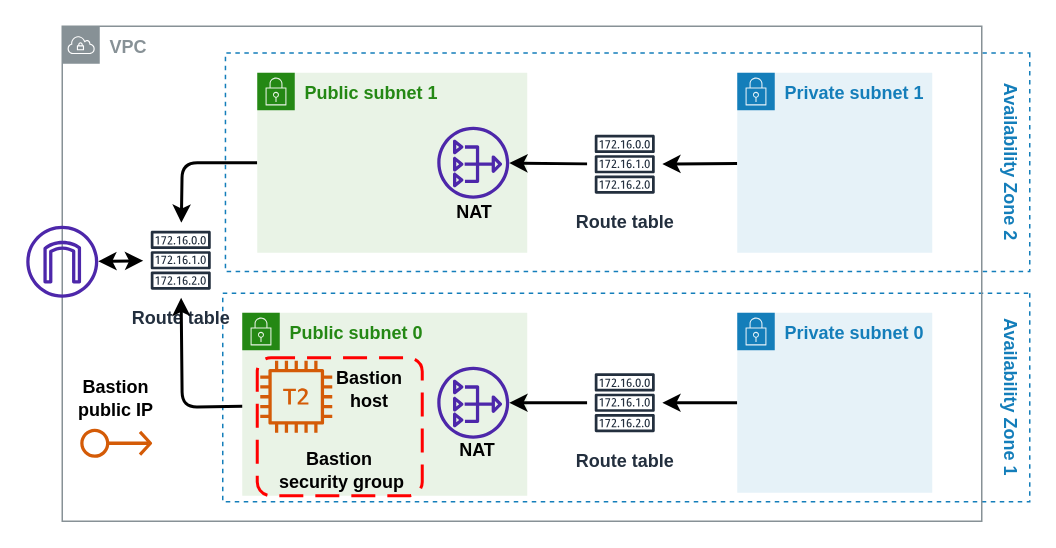
dmytro108/itsynd keeps this draw.io diagram as aws_base_infrastructure/docs/infra.drawio. Above is the earlier version. Source tidied: cells renumbered, new cells numbered last; positions are measured from the earlier drawing's top-left corner, leaving out a move shared by most shapes. Both pictures are drawn from the tidied source at 150%, with x=0, y=0 at pixel (26, -240).
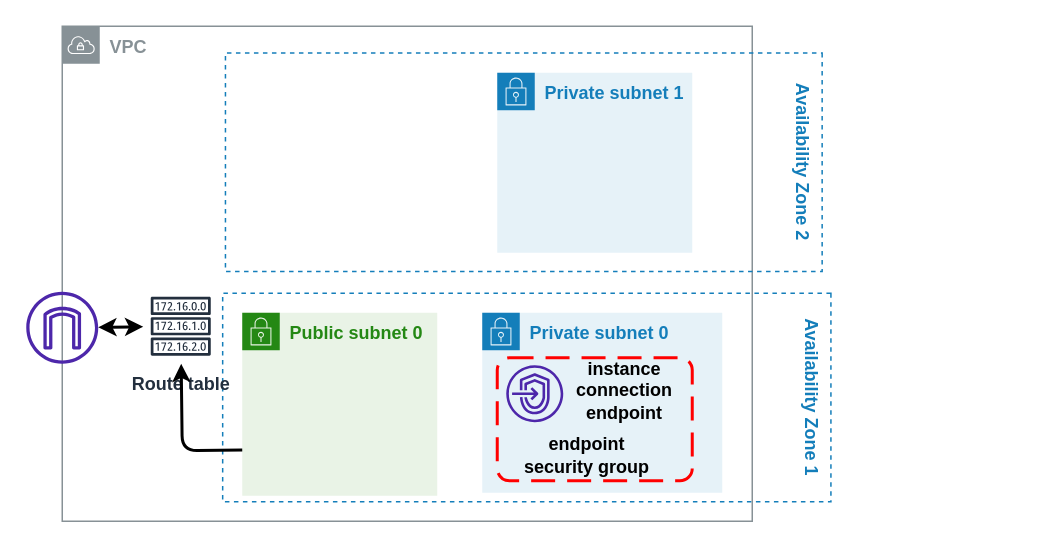
Above is the later version.

Commit message (it also covers changes not shown here):
Replace Bastion host with Instance connection endpoint

Diff of the diagram source:
```diff
@@
     <mxCell id="2" value="Availability Zone 1" style="fillColor=none;strokeColor=#147EBA;dashed=1;verticalAlign=top;fontStyle=1;fontColor=#147EBA;rotation=90;" parent="1" vertex="1">
-      <mxGeometry x="330.5" y="155.5" width="139" height="538" as="geometry" />
+      <mxGeometry x="264.2" y="221.8" width="139" height="405.5" as="geometry" />
     </mxCell>
+    <mxCell id="4" value="VPC" style="sketch=0;gradientColor=none;html=1;whiteSpace=wrap;fontSize=12;fontStyle=1;shape=mxgraph.aws4.group;grIcon=mxgraph.aws4.group_vpc;strokeColor=#879196;fillColor=none;verticalAlign=top;align=left;spacingLeft=30;fontColor=#879196;dashed=0;" parent="1" vertex="1">
+      <mxGeometry x="24" y="177" width="460" height="330" as="geometry" />
+    </mxCell>
+    <mxCell id="14" value="Private subnet 0" style="points=[[0,0],[0.25,0],[0.5,0],[0.75,0],[1,0],[1,0.25],[1,0.5],[1,0.75],[1,1],[0.75,1],[0.5,1],[0.25,1],[0,1],[0,0.75],[0,0.5],[0,0.25]];outlineConnect=0;gradientColor=none;html=1;whiteSpace=wrap;fontSize=12;fontStyle=1;shape=mxgraph.aws4.group;grIcon=mxgraph.aws4.group_security_group;grStroke=0;strokeColor=#147EBA;fillColor=#E6F2F8;verticalAlign=top;align=left;spacingLeft=30;fontColor=#147EBA;dashed=0;" parent="1" vertex="1">
+      <mxGeometry x="304" y="368" width="160" height="120" as="geometry" />
+    </mxCell>
     <mxCell id="3" value="Availability Zone 2" style="fillColor=none;strokeColor=#147EBA;dashed=1;verticalAlign=top;fontStyle=1;fontColor=#147EBA;rotation=90;" parent="1" vertex="1">
-      <mxGeometry x="328.1" y="-0.4" width="145.6" height="536.2" as="geometry" />
+      <mxGeometry x="258.9" y="68.8" width="145.6" height="397.8" as="geometry" />
     </mxCell>
-    <mxCell id="4" value="VPC" style="sketch=0;gradientColor=none;html=1;whiteSpace=wrap;fontSize=12;fontStyle=1;shape=mxgraph.aws4.group;grIcon=mxgraph.aws4.group_vpc;strokeColor=#879196;fillColor=none;verticalAlign=top;align=left;spacingLeft=30;fontColor=#879196;dashed=0;" parent="1" vertex="1">
-      <mxGeometry x="24" y="177" width="613" height="330" as="geometry" />
-    </mxCell>
     <mxCell id="5" style="sketch=0;outlineConnect=0;fontColor=#232F3E;gradientColor=none;fillColor=#4D27AA;strokeColor=none;dashed=0;verticalLabelPosition=bottom;verticalAlign=top;align=center;html=1;fontSize=12;fontStyle=1;shape=mxgraph.aws4.internet_gateway;" parent="1" vertex="1">
-      <mxGeometry y="310" width="48" height="48" as="geometry" />
+      <mxGeometry y="354" width="48" height="48" as="geometry" />
     </mxCell>
     <mxCell id="6" value="Public subnet 0" style="points=[[0,0],[0.25,0],[0.5,0],[0.75,0],[1,0],[1,0.25],[1,0.5],[1,0.75],[1,1],[0.75,1],[0.5,1],[0.25,1],[0,1],[0,0.75],[0,0.5],[0,0.25]];outlineConnect=0;gradientColor=none;html=1;whiteSpace=wrap;fontSize=12;fontStyle=1;shape=mxgraph.aws4.group;grIcon=mxgraph.aws4.group_security_group;grStroke=0;strokeColor=#248814;fillColor=#E9F3E6;verticalAlign=top;align=left;spacingLeft=30;fontColor=#248814;dashed=0;" parent="1" vertex="1">
-      <mxGeometry x="144" y="368" width="190" height="122" as="geometry" />
+      <mxGeometry x="144" y="368" width="130" height="122" as="geometry" />
     </mxCell>
-    <mxCell id="7" style="sketch=0;outlineConnect=0;fontColor=#232F3E;gradientColor=none;fillColor=#4D27AA;strokeColor=none;dashed=0;verticalLabelPosition=bottom;verticalAlign=top;align=center;html=1;fontSize=12;fontStyle=1;shape=mxgraph.aws4.nat_gateway;" parent="6" vertex="1">
-      <mxGeometry x="130" y="36" width="48" height="48" as="geometry" />
-    </mxCell>
-    <mxCell id="8" style="rounded=1;arcSize=10;dashed=1;strokeColor=#ff0000;fillColor=none;gradientColor=none;dashPattern=8 4;strokeWidth=2;fontStyle=1;" parent="6" vertex="1">
-      <mxGeometry x="10" y="30" width="110" height="92" as="geometry" />
-    </mxCell>
-    <mxCell id="9" style="sketch=0;fontColor=#232F3E;gradientColor=none;fillColor=#D45B07;strokeColor=none;dashed=0;verticalLabelPosition=bottom;verticalAlign=top;align=center;html=1;fontSize=12;fontStyle=1;shape=mxgraph.aws4.t2_instance;" parent="6" vertex="1">
-      <mxGeometry x="12" y="32" width="48" height="48" as="geometry" />
-    </mxCell>
-    <mxCell id="10" style="edgeStyle=none;html=1;strokeWidth=2;fontStyle=1;" parent="1" edge="1" source="11" target="21">
-      <mxGeometry relative="1" as="geometry">
-        <Array as="points">
-          <mxPoint x="104" y="268" />
-        </Array>
-      </mxGeometry>
-    </mxCell>
-    <mxCell id="11" value="Public subnet 1" style="points=[[0,0],[0.25,0],[0.5,0],[0.75,0],[1,0],[1,0.25],[1,0.5],[1,0.75],[1,1],[0.75,1],[0.5,1],[0.25,1],[0,1],[0,0.75],[0,0.5],[0,0.25]];outlineConnect=0;gradientColor=none;html=1;whiteSpace=wrap;fontSize=12;fontStyle=1;shape=mxgraph.aws4.group;grIcon=mxgraph.aws4.group_security_group;grStroke=0;strokeColor=#248814;fillColor=#E9F3E6;verticalAlign=top;align=left;spacingLeft=30;fontColor=#248814;dashed=0;" parent="1" vertex="1">
-      <mxGeometry x="154" y="208" width="180" height="120" as="geometry" />
-    </mxCell>
-    <mxCell id="12" style="sketch=0;outlineConnect=0;fontColor=#232F3E;gradientColor=none;fillColor=#4D27AA;strokeColor=none;dashed=0;verticalLabelPosition=bottom;verticalAlign=top;align=center;html=1;fontSize=12;fontStyle=1;shape=mxgraph.aws4.nat_gateway;" parent="11" vertex="1">
-      <mxGeometry x="120" y="36" width="48" height="48" as="geometry" />
-    </mxCell>
-    <mxCell id="13" style="edgeStyle=none;html=1;strokeWidth=2;fontStyle=1;" parent="1" edge="1" source="14" target="20">
-      <mxGeometry relative="1" as="geometry" />
-    </mxCell>
-    <mxCell id="14" value="Private subnet 0" style="points=[[0,0],[0.25,0],[0.5,0],[0.75,0],[1,0],[1,0.25],[1,0.5],[1,0.75],[1,1],[0.75,1],[0.5,1],[0.25,1],[0,1],[0,0.75],[0,0.5],[0,0.25]];outlineConnect=0;gradientColor=none;html=1;whiteSpace=wrap;fontSize=12;fontStyle=1;shape=mxgraph.aws4.group;grIcon=mxgraph.aws4.group_security_group;grStroke=0;strokeColor=#147EBA;fillColor=#E6F2F8;verticalAlign=top;align=left;spacingLeft=30;fontColor=#147EBA;dashed=0;" parent="1" vertex="1">
-      <mxGeometry x="474" y="368" width="130" height="120" as="geometry" />
-    </mxCell>
-    <mxCell id="15" style="edgeStyle=none;html=1;strokeWidth=2;fontStyle=1;" parent="1" edge="1" source="16" target="18">
-      <mxGeometry relative="1" as="geometry" />
-    </mxCell>
     <mxCell id="16" value="Private subnet 1" style="points=[[0,0],[0.25,0],[0.5,0],[0.75,0],[1,0],[1,0.25],[1,0.5],[1,0.75],[1,1],[0.75,1],[0.5,1],[0.25,1],[0,1],[0,0.75],[0,0.5],[0,0.25]];outlineConnect=0;gradientColor=none;html=1;whiteSpace=wrap;fontSize=12;fontStyle=1;shape=mxgraph.aws4.group;grIcon=mxgraph.aws4.group_security_group;grStroke=0;strokeColor=#147EBA;fillColor=#E6F2F8;verticalAlign=top;align=left;spacingLeft=30;fontColor=#147EBA;dashed=0;" parent="1" vertex="1">
-      <mxGeometry x="474" y="208" width="130" height="120" as="geometry" />
+      <mxGeometry x="314" y="208" width="130" height="120" as="geometry" />
     </mxCell>
-    <mxCell id="17" style="edgeStyle=none;html=1;strokeWidth=2;fontStyle=1;" parent="1" edge="1" source="18" target="12">
-      <mxGeometry relative="1" as="geometry" />
-    </mxCell>
-    <mxCell id="18" value="Route table" style="sketch=0;outlineConnect=0;fontColor=#232F3E;gradientColor=none;strokeColor=#232F3E;fillColor=#ffffff;dashed=0;verticalLabelPosition=bottom;verticalAlign=top;align=center;html=1;fontSize=12;fontStyle=1;shape=mxgraph.aws4.resourceIcon;resIcon=mxgraph.aws4.route_table;" parent="1" vertex="1">
-      <mxGeometry x="374" y="244" width="50" height="50" as="geometry" />
-    </mxCell>
-    <mxCell id="19" style="edgeStyle=none;html=1;strokeWidth=2;fontStyle=1;" parent="1" edge="1" source="20" target="7">
-      <mxGeometry relative="1" as="geometry" />
-    </mxCell>
-    <mxCell id="20" value="Route table" style="sketch=0;outlineConnect=0;fontColor=#232F3E;gradientColor=none;strokeColor=#232F3E;fillColor=#ffffff;dashed=0;verticalLabelPosition=bottom;verticalAlign=top;align=center;html=1;fontSize=12;fontStyle=1;shape=mxgraph.aws4.resourceIcon;resIcon=mxgraph.aws4.route_table;" parent="1" vertex="1">
-      <mxGeometry x="374" y="403" width="50" height="50" as="geometry" />
-    </mxCell>
     <mxCell id="21" value="Route table" style="sketch=0;outlineConnect=0;fontColor=#232F3E;gradientColor=none;strokeColor=#232F3E;fillColor=#ffffff;dashed=0;verticalLabelPosition=bottom;verticalAlign=top;align=center;html=1;fontSize=12;fontStyle=1;shape=mxgraph.aws4.resourceIcon;resIcon=mxgraph.aws4.route_table;" parent="1" vertex="1">
-      <mxGeometry x="78" y="308" width="50" height="50" as="geometry" />
+      <mxGeometry x="78" y="352" width="50" height="50" as="geometry" />
     </mxCell>
-    <mxCell id="22" style="edgeStyle=none;html=1;strokeWidth=2;fontStyle=1;" parent="1" edge="1" source="6" target="21">
+    <mxCell id="22" style="edgeStyle=none;html=1;strokeWidth=2;fontStyle=1;exitX=0;exitY=0.75;exitDx=0;exitDy=0;" parent="1" edge="1" source="6" target="21">
       <mxGeometry relative="1" as="geometry">
         <Array as="points">
-          <mxPoint x="104" y="431" />
+          <mxPoint x="104" y="460" />
         </Array>
       </mxGeometry>
     </mxCell>
-    <mxCell id="23" value="NAT" style="text;html=1;strokeColor=none;fillColor=none;align=center;verticalAlign=middle;whiteSpace=wrap;rounded=0;fontStyle=1;" parent="1" vertex="1">
-      <mxGeometry x="269" y="286" width="60" height="30" as="geometry" />
-    </mxCell>
-    <mxCell id="24" value="NAT" style="text;html=1;strokeColor=none;fillColor=none;align=center;verticalAlign=middle;whiteSpace=wrap;rounded=0;fontStyle=1;" parent="1" vertex="1">
-      <mxGeometry x="271" y="445" width="60" height="30" as="geometry" />
-    </mxCell>
-    <mxCell id="25" value="Bastion host" style="text;html=1;strokeColor=none;fillColor=none;align=center;verticalAlign=middle;whiteSpace=wrap;rounded=0;fontStyle=1;" parent="1" vertex="1">
-      <mxGeometry x="199" y="404" width="60" height="30" as="geometry" />
-    </mxCell>
+    <mxCell id="29" style="endArrow=classic;html=1;strokeWidth=2;startArrow=classic;startFill=1;" parent="1" edge="1" source="21" target="5">
+      <mxGeometry relative="1" as="geometry" />
+    </mxCell>
+    <mxCell id="8" style="rounded=1;arcSize=10;dashed=1;strokeColor=#ff0000;fillColor=none;gradientColor=none;dashPattern=8 4;strokeWidth=2;fontStyle=1;" parent="1" vertex="1">
+      <mxGeometry x="314" y="398" width="130" height="82" as="geometry" />
+    </mxCell>
+    <mxCell id="30" style="sketch=0;fontColor=#232F3E;gradientColor=none;fillColor=#4D27AA;strokeColor=none;dashed=0;verticalLabelPosition=bottom;verticalAlign=top;align=center;html=1;fontSize=12;fontStyle=0;shape=mxgraph.aws4.endpoints;" parent="1" vertex="1">
+      <mxGeometry x="320" y="403" width="38" height="38" as="geometry" />
+    </mxCell>
+    <mxCell id="31" value="instance connection endpoint" style="text;html=1;strokeColor=none;fillColor=none;align=center;verticalAlign=middle;whiteSpace=wrap;rounded=0;fontStyle=1;" parent="1" vertex="1">
+      <mxGeometry x="344" y="405" width="110" height="30" as="geometry" />
+    </mxCell>
-    <mxCell id="26" value="Bastion&lt;br&gt;&amp;nbsp;security group" style="text;html=1;strokeColor=none;fillColor=none;align=center;verticalAlign=middle;whiteSpace=wrap;rounded=0;fontStyle=1;" parent="1" vertex="1">
-      <mxGeometry x="154" y="458" width="110" height="30" as="geometry" />
+    <mxCell id="26" value="endpoint&lt;br&gt;security group" style="text;html=1;strokeColor=none;fillColor=none;align=center;verticalAlign=middle;whiteSpace=wrap;rounded=0;fontStyle=1;" parent="1" vertex="1">
+      <mxGeometry x="314" y="448" width="120" height="30" as="geometry" />
     </mxCell>
-    <mxCell id="27" style="sketch=0;fontColor=#232F3E;gradientColor=none;fillColor=#D45B07;strokeColor=none;dashed=0;verticalLabelPosition=bottom;verticalAlign=top;align=center;html=1;fontSize=12;fontStyle=1;shape=mxgraph.aws4.elastic_ip_address;" parent="1" vertex="1">
-      <mxGeometry x="36" y="445" width="48" height="20" as="geometry" />
-    </mxCell>
-    <mxCell id="28" value="Bastion public IP" style="text;html=1;strokeColor=none;fillColor=none;align=center;verticalAlign=middle;whiteSpace=wrap;rounded=0;fontStyle=1;" parent="1" vertex="1">
-      <mxGeometry x="30" y="409.5" width="60" height="30" as="geometry" />
-    </mxCell>
-    <mxCell id="29" style="endArrow=classic;html=1;strokeWidth=2;startArrow=classic;startFill=1;" parent="1" edge="1" source="21" target="5">
-      <mxGeometry relative="1" as="geometry" />
-    </mxCell>
```
